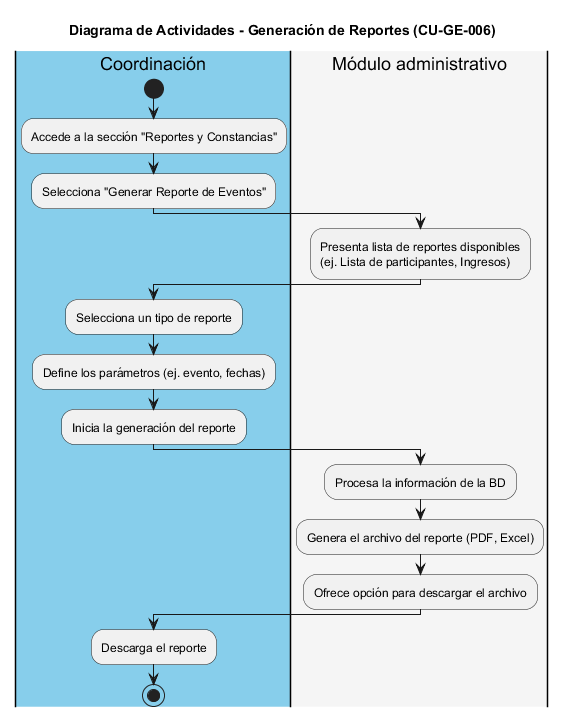
This is img/CU-GE-006_Generar_Reportes.png from iKinoo/baby-salesforce-admin-module, a PlantUML export, as it was before one commit. The source it was exported from:
```plantuml
@startuml
title Diagrama de Actividades - Generación de Reportes (CU-GE-006)

|#skyblue|Coordinación|
start
:Accede a la sección "Reportes y Constancias";
:Selecciona "Generar Reporte de Eventos";

|#whitesmoke|Módulo administrativo|
:Presenta lista de reportes disponibles
(ej. Lista de participantes, Ingresos);

|#skyblue|Coordinación|
:Selecciona un tipo de reporte;
:Define los parámetros (ej. evento, fechas);
:Inicia la generación del reporte;

|#whitesmoke|Módulo administrativo|
:Procesa la información de la BD;
:Genera el archivo del reporte (PDF, Excel);
:Ofrece opción para descargar el archivo;

|#skyblue|Coordinación|
:Descarga el reporte;
stop
@enduml
```
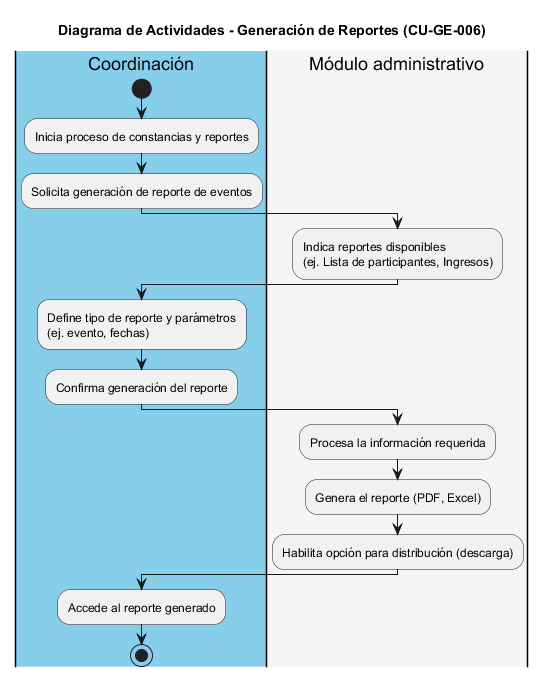
The same diagram one commit later.

What changed in the source:
```diff
@@ -1,26 +1,26 @@
-@startuml
+@startuml CU-GE-006_Generar_Reportes
 title Diagrama de Actividades - Generación de Reportes (CU-GE-006)
 
 |#skyblue|Coordinación|
 start
-:Accede a la sección "Reportes y Constancias";
-:Selecciona "Generar Reporte de Eventos";
+:Inicia proceso de constancias y reportes;
+:Solicita generación de reporte de eventos;
 
 |#whitesmoke|Módulo administrativo|
-:Presenta lista de reportes disponibles
+:Indica reportes disponibles
 (ej. Lista de participantes, Ingresos);
 
 |#skyblue|Coordinación|
-:Selecciona un tipo de reporte;
-:Define los parámetros (ej. evento, fechas);
-:Inicia la generación del reporte;
+:Define tipo de reporte y parámetros
+(ej. evento, fechas);
+:Confirma generación del reporte;
 
 |#whitesmoke|Módulo administrativo|
-:Procesa la información de la BD;
-:Genera el archivo del reporte (PDF, Excel);
-:Ofrece opción para descargar el archivo;
+:Procesa la información requerida;
+:Genera el reporte (PDF, Excel);
+:Habilita opción para distribución (descarga);
 
 |#skyblue|Coordinación|
-:Descarga el reporte;
+:Accede al reporte generado;
 stop
 @enduml
```
